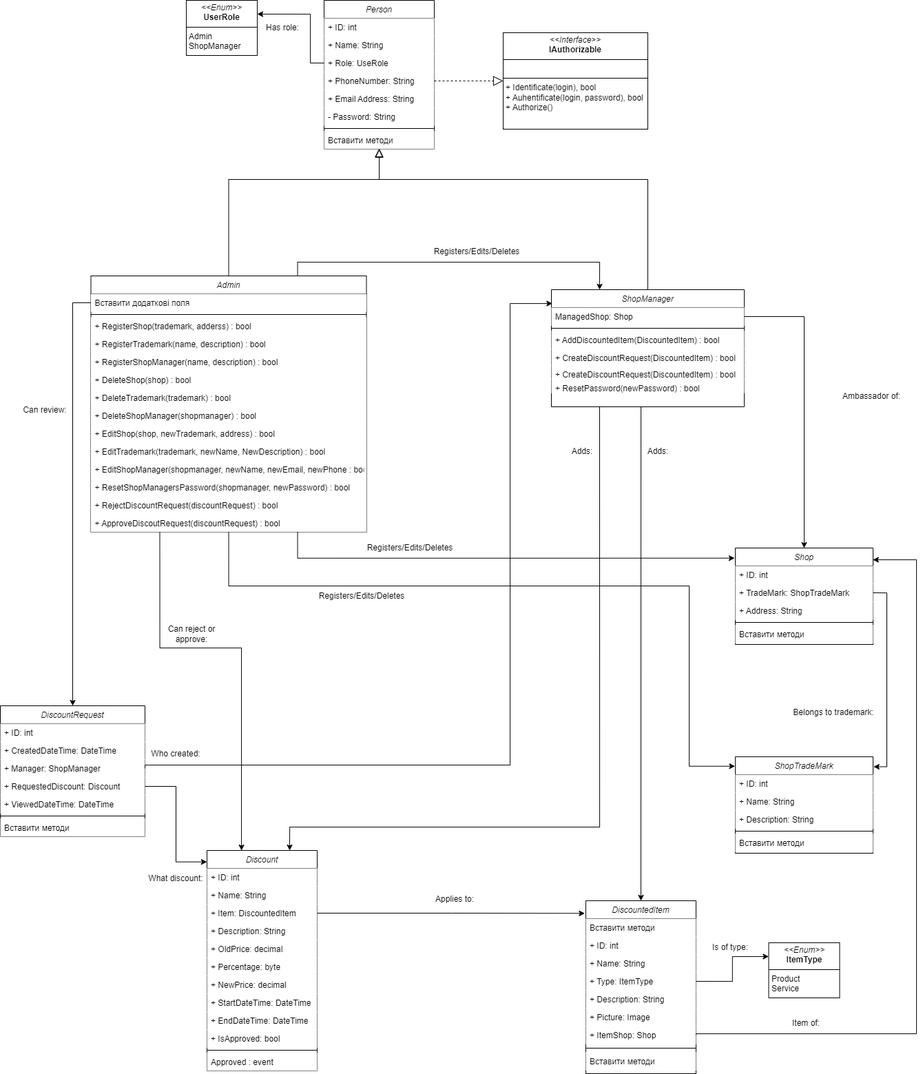
This is doc/Класи предметної області.png from Heugene/OOP-Coursework, a draw.io export, as it was before one commit. Source tidied: cells renumbered, new cells last; positions are measured from the earlier drawing's top-left corner, leaving out a move shared by most shapes.
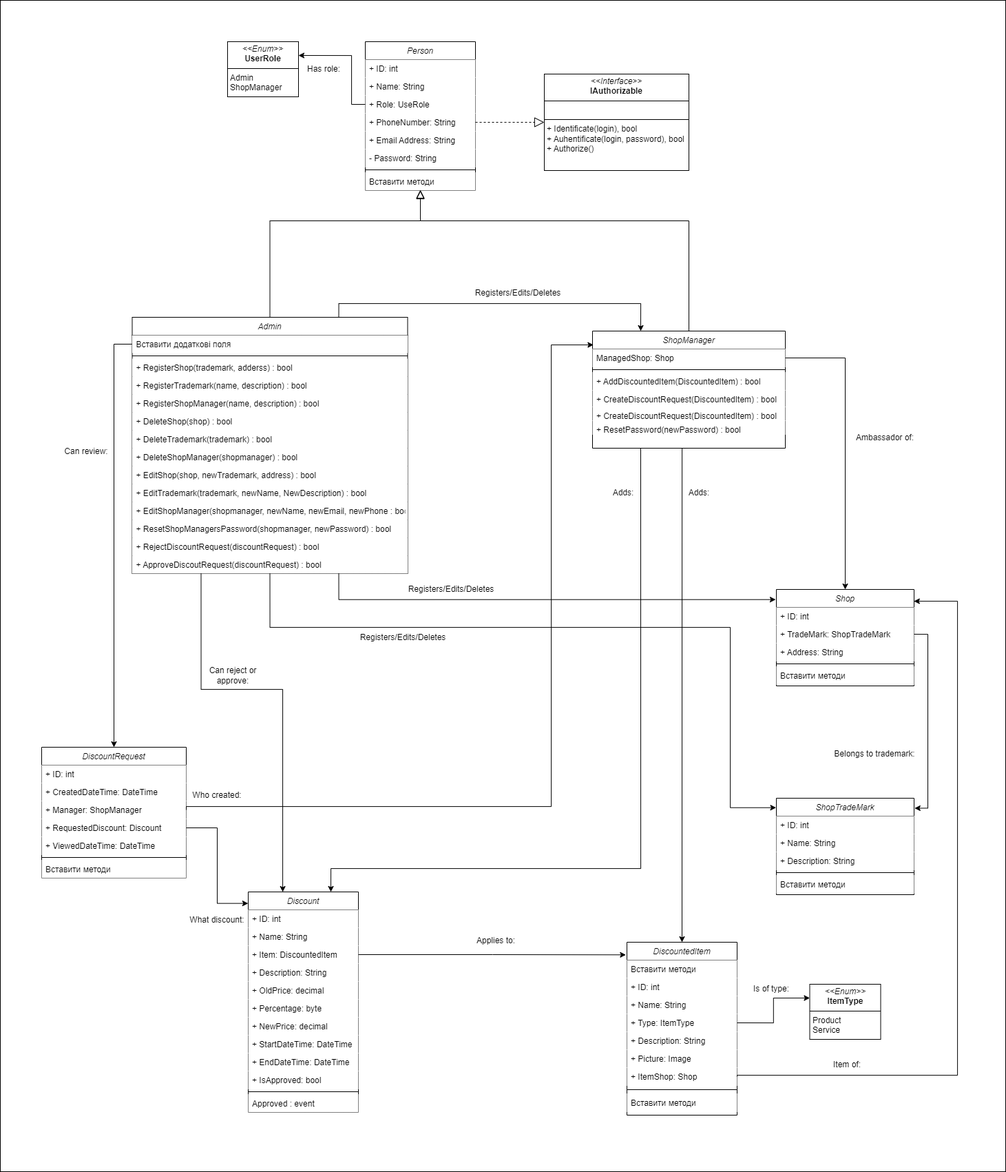
After the commit.

Commit message:
added background to class diagram

The edit, as a diff of the source:
```diff
@@ -2,6 +2,9 @@
   <root>
     <mxCell id="0" />
     <mxCell id="1" parent="0" />
+    <mxCell id="112" style="rounded=0;whiteSpace=wrap;html=1;" parent="1" vertex="1">
+      <mxGeometry x="-60" y="-60" width="1460" height="1700" as="geometry" />
+    </mxCell>
     <mxCell id="2" value="Person" style="swimlane;fontStyle=2;align=center;verticalAlign=top;horizontal=1;startSize=26;rounded=0;shadow=0;strokeWidth=1;fillColor=#FFFFFF;" parent="1" vertex="1">
       <mxGeometry x="470" width="160" height="216" as="geometry" />
     </mxCell>
@@ -276,7 +279,7 @@
       <mxGeometry relative="1" as="geometry" />
     </mxCell>
     <mxCell id="85" value="Ambassador of:" style="text;html=1;align=center;verticalAlign=middle;whiteSpace=wrap;rounded=0;" parent="1" vertex="1">
-      <mxGeometry x="1210" y="560" width="110" height="30" as="geometry" />
+      <mxGeometry x="1170" y="560" width="110" height="30" as="geometry" />
     </mxCell>
     <mxCell id="86" style="edgeStyle=orthogonalEdgeStyle;rounded=0;jettySize=auto;html=1;exitX=0.25;exitY=1;exitDx=0;exitDy=0;entryX=0.311;entryY=0.003;entryDx=0;entryDy=0;entryPerimeter=0;" parent="1" edge="1" source="12" target="54">
       <mxGeometry relative="1" as="geometry">
```
